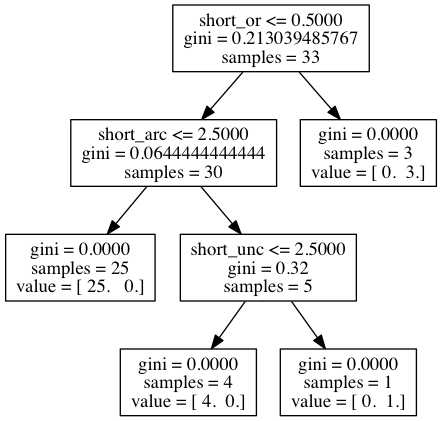
Above: neurosurgery_trees/shortOPTIC.png in akeshavan/myscripts (Graphviz), before the change. Its source is kept beside it as neurosurgery_trees/shortOPTIC.dot.
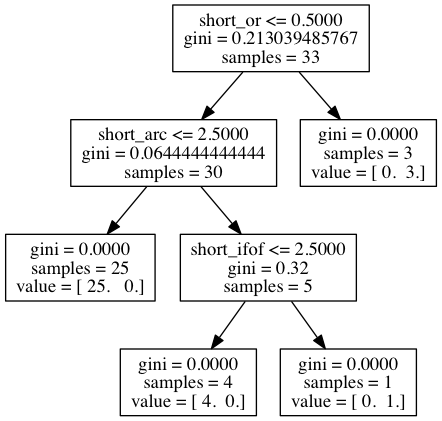
Later version of the same file.

Change to the diagram source:
```diff
@@ -4,7 +4,7 @@
 0 -> 1 ;
 2 [label="gini = 0.0000\nsamples = 25\nvalue = [ 25.   0.]", shape="box"] ;
 1 -> 2 ;
-3 [label="X[7] <= 2.5000\ngini = 0.32\nsamples = 5", shape="box"] ;
+3 [label="X[6] <= 2.5000\ngini = 0.32\nsamples = 5", shape="box"] ;
 1 -> 3 ;
 4 [label="gini = 0.0000\nsamples = 4\nvalue = [ 4.  0.]", shape="box"] ;
 3 -> 4 ;
```
